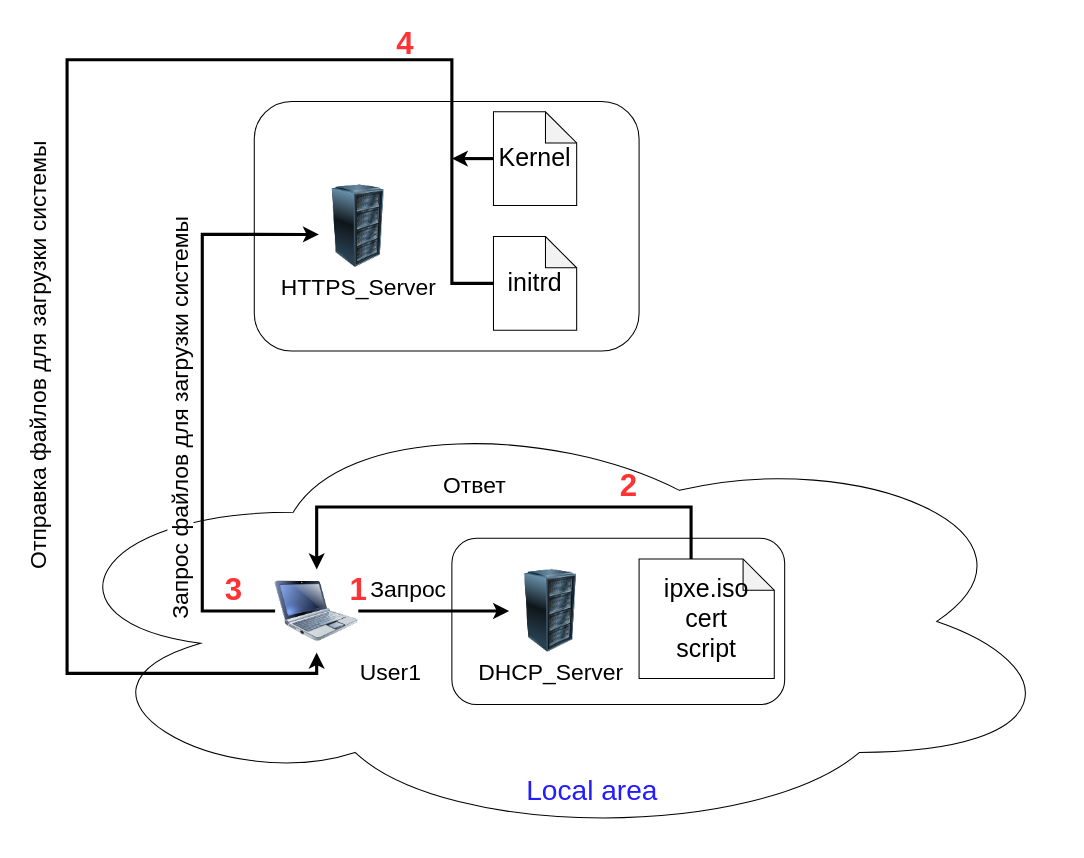
Djuckman/Compilers2 keeps this draw.io diagram as Курсач_загрузка.drawio. Above is the earlier version. Source tidied: cells renumbered, new cells numbered last; positions are measured from the earlier drawing's top-left corner, leaving out a move shared by most shapes. Both pictures are drawn from the tidied source at 104%, with x=0, y=0 at pixel (-206, 18).
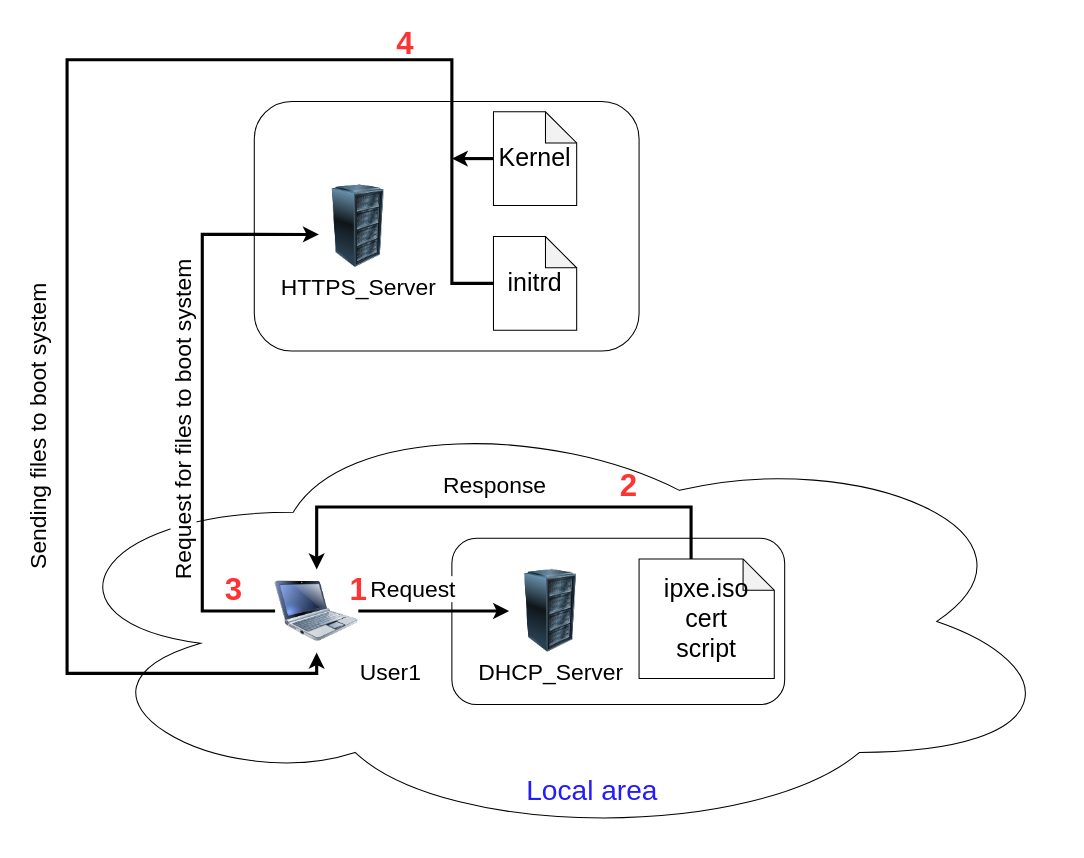
The same diagram, later.

Change to the diagram source:
```diff
@@
-    <mxCell id="16" value="&lt;div style=&quot;text-align: center;&quot;&gt;&lt;span style=&quot;font-size: 22px; background-color: rgb(255, 255, 255);&quot;&gt;Запрос&lt;/span&gt;&lt;/div&gt;" style="text;whiteSpace=wrap;html=1;" parent="1" vertex="1">
+    <mxCell id="16" value="&lt;div style=&quot;text-align: center;&quot;&gt;&lt;span style=&quot;font-size: 22px; background-color: rgb(255, 255, 255);&quot;&gt;Request&lt;/span&gt;&lt;/div&gt;" style="text;whiteSpace=wrap;html=1;" parent="1" vertex="1">
       <mxGeometry x="552" y="530" width="80" height="40" as="geometry" />
     </mxCell>
-    <mxCell id="17" value="&lt;div style=&quot;text-align: center;&quot;&gt;&lt;span style=&quot;font-size: 22px; background-color: rgb(255, 255, 255);&quot;&gt;Ответ&lt;/span&gt;&lt;/div&gt;" style="text;whiteSpace=wrap;html=1;" parent="1" vertex="1">
+    <mxCell id="17" value="&lt;div style=&quot;text-align: center;&quot;&gt;&lt;span style=&quot;font-size: 22px; background-color: rgb(255, 255, 255);&quot;&gt;Response&lt;/span&gt;&lt;/div&gt;" style="text;whiteSpace=wrap;html=1;" parent="1" vertex="1">
       <mxGeometry x="622" y="430" width="80" height="40" as="geometry" />
     </mxCell>
@@
-    <mxCell id="19" value="&lt;div style=&quot;text-align: center;&quot;&gt;&lt;span style=&quot;font-size: 22px; background-color: rgb(255, 255, 255);&quot;&gt;Запрос файлов для загрузки системы&lt;/span&gt;&lt;/div&gt;" style="text;whiteSpace=wrap;html=1;rotation=-90;" parent="1" vertex="1">
-      <mxGeometry x="169.5" y="357.5" width="405" height="40" as="geometry" />
+    <mxCell id="19" value="&lt;div style=&quot;text-align: center;&quot;&gt;&lt;span style=&quot;font-size: 22px; background-color: rgb(255, 255, 255);&quot;&gt;Request for files to boot system&lt;/span&gt;&lt;/div&gt;" style="text;whiteSpace=wrap;html=1;rotation=-90;" parent="1" vertex="1">
+      <mxGeometry x="172" y="320" width="405" height="40" as="geometry" />
     </mxCell>
-    <mxCell id="20" value="&lt;div style=&quot;text-align: center;&quot;&gt;&lt;span style=&quot;font-size: 22px; background-color: rgb(255, 255, 255);&quot;&gt;Отправка файлов для загрузки системы&lt;/span&gt;&lt;/div&gt;" style="text;whiteSpace=wrap;html=1;rotation=-90;" parent="1" vertex="1">
+    <mxCell id="20" value="&lt;div style=&quot;text-align: center;&quot;&gt;&lt;span style=&quot;font-size: 22px; background-color: rgb(255, 255, 255);&quot;&gt;Sending files to boot system&lt;/span&gt;&lt;/div&gt;" style="text;whiteSpace=wrap;html=1;rotation=-90;" parent="1" vertex="1">
       <mxGeometry x="-0.5" y="277.5" width="470" height="40" as="geometry" />
     </mxCell>
```
